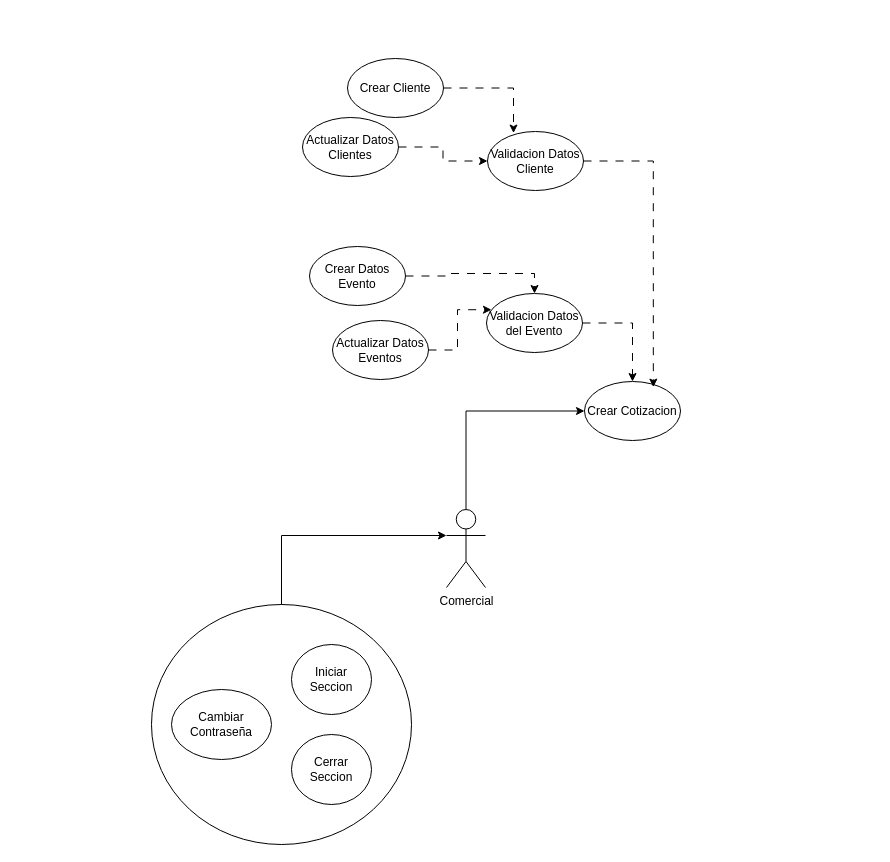
Above: UML Casos de Uso Armadillo APP.drawio in Armadillo-Land/Armadillo_APP (draw.io), before the change. Source tidied: cells renumbered, new cells numbered last; positions are measured from the earlier drawing's top-left corner, leaving out a move shared by most shapes. Both pictures are drawn from the tidied source at 100%, with x=0, y=0 at pixel (151, 58).
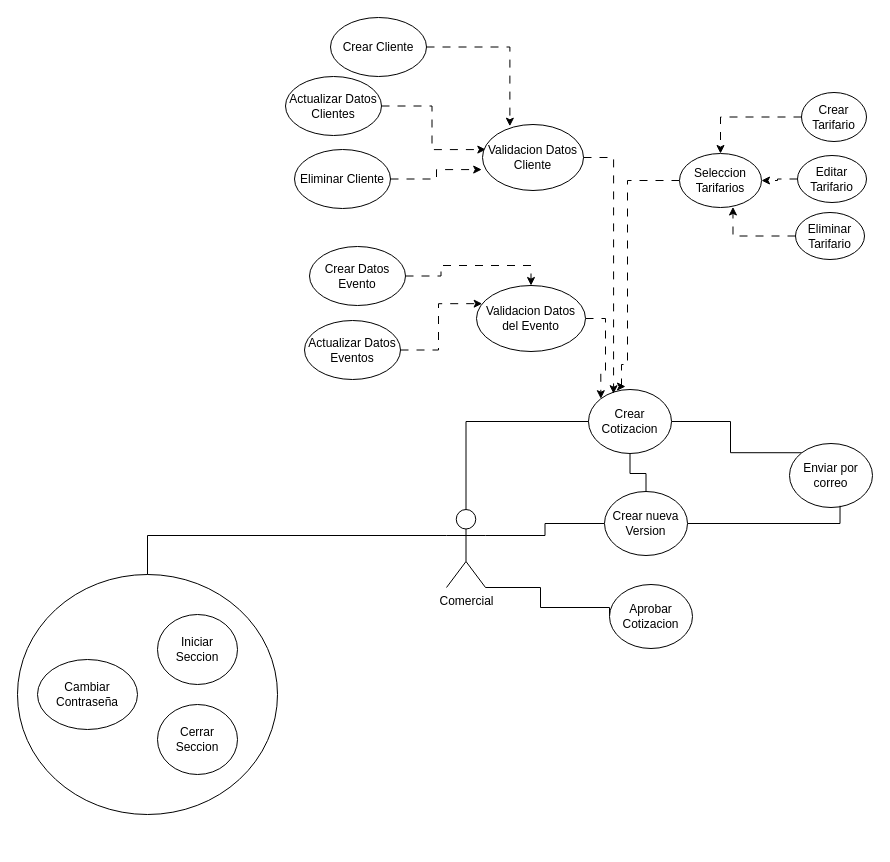
The same diagram, later.

The change refers to these unchanged cells:
```xml
<mxCell id="4" value="Comercial" style="shape=umlActor;verticalLabelPosition=bottom;verticalAlign=top;html=1;" parent="1" vertex="1">
  <mxGeometry x="295" y="451" width="39" height="78" as="geometry" />
</mxCell>
```

Diff of the diagram source:
```diff
@@
+    <mxCell id="22" style="edgeStyle=orthogonalEdgeStyle;rounded=0;jettySize=auto;html=1;endArrow=none;endFill=0;" parent="1" edge="1" source="2" target="38">
+      <mxGeometry relative="1" as="geometry" />
+    </mxCell>
+    <mxCell id="23" style="edgeStyle=orthogonalEdgeStyle;rounded=0;jettySize=auto;html=1;entryX=0;entryY=0;entryDx=0;entryDy=0;endArrow=none;endFill=0;" parent="1" edge="1" source="2" target="36">
+      <mxGeometry relative="1" as="geometry" />
+    </mxCell>
     <mxCell id="2" value="Crear Cotizacion" style="ellipse;whiteSpace=wrap;html=1;" parent="1" vertex="1">
-      <mxGeometry x="433" y="323" width="96" height="59" as="geometry" />
+      <mxGeometry x="437" y="331" width="83" height="64" as="geometry" />
     </mxCell>
-    <mxCell id="3" style="edgeStyle=orthogonalEdgeStyle;rounded=0;jettySize=auto;html=1;entryX=0;entryY=0.5;entryDx=0;entryDy=0;exitX=0.5;exitY=0;exitDx=0;exitDy=0;exitPerimeter=0;" parent="1" edge="1" source="4" target="2">
+    <mxCell id="3" style="edgeStyle=orthogonalEdgeStyle;rounded=0;jettySize=auto;html=1;entryX=0;entryY=0.5;entryDx=0;entryDy=0;exitX=0.5;exitY=0;exitDx=0;exitDy=0;exitPerimeter=0;endArrow=none;endFill=0;" parent="1" edge="1" source="4" target="2">
       <mxGeometry relative="1" as="geometry" />
     </mxCell>
+    <mxCell id="24" style="edgeStyle=orthogonalEdgeStyle;rounded=0;jettySize=auto;html=1;exitX=1;exitY=0.3333333333333333;exitDx=0;exitDy=0;exitPerimeter=0;endArrow=none;endFill=0;" parent="1" edge="1" source="4" target="38">
+      <mxGeometry relative="1" as="geometry" />
+    </mxCell>
+    <mxCell id="25" style="edgeStyle=orthogonalEdgeStyle;rounded=0;jettySize=auto;html=1;entryX=0;entryY=0.5;entryDx=0;entryDy=0;endArrow=none;endFill=0;exitX=1;exitY=1;exitDx=0;exitDy=0;exitPerimeter=0;" parent="1" edge="1" source="4" target="39">
+      <mxGeometry relative="1" as="geometry">
+        <Array as="points">
+          <mxPoint x="389" y="529" />
+          <mxPoint x="389" y="549" />
+        </Array>
+      </mxGeometry>
+    </mxCell>
@@
     <mxCell id="5" value="Crear Cliente" style="ellipse;whiteSpace=wrap;html=1;" parent="1" vertex="1">
-      <mxGeometry x="196" width="96" height="59" as="geometry" />
+      <mxGeometry x="179" y="-41" width="96" height="59" as="geometry" />
     </mxCell>
-    <mxCell id="6" style="edgeStyle=orthogonalEdgeStyle;rounded=0;jettySize=auto;html=1;dashed=1;dashPattern=8 8;" parent="1" edge="1" source="7" target="8">
+    <mxCell id="6" style="edgeStyle=orthogonalEdgeStyle;rounded=0;jettySize=auto;html=1;dashed=1;dashPattern=8 8;entryX=0.033;entryY=0.38;entryDx=0;entryDy=0;entryPerimeter=0;" parent="1" edge="1" source="7" target="8">
       <mxGeometry relative="1" as="geometry" />
     </mxCell>
     <mxCell id="7" value="Actualizar Datos Clientes" style="ellipse;whiteSpace=wrap;html=1;" parent="1" vertex="1">
-      <mxGeometry x="151" y="59" width="96" height="59" as="geometry" />
+      <mxGeometry x="134" y="18" width="96" height="59" as="geometry" />
     </mxCell>
     <mxCell id="8" value="Validacion Datos Cliente" style="ellipse;whiteSpace=wrap;html=1;" parent="1" vertex="1">
-      <mxGeometry x="336" y="73" width="96" height="59" as="geometry" />
+      <mxGeometry x="331" y="66" width="101" height="66" as="geometry" />
     </mxCell>
@@
-    <mxCell id="10" style="edgeStyle=orthogonalEdgeStyle;rounded=0;jettySize=auto;html=1;entryX=0.5;entryY=0;entryDx=0;entryDy=0;dashed=1;dashPattern=8 8;" parent="1" edge="1" source="11" target="2">
+    <mxCell id="10" style="edgeStyle=orthogonalEdgeStyle;rounded=0;jettySize=auto;html=1;dashed=1;dashPattern=8 8;entryX=0;entryY=0;entryDx=0;entryDy=0;" parent="1" edge="1" source="11" target="2">
       <mxGeometry relative="1" as="geometry" />
     </mxCell>
     <mxCell id="11" value="Validacion Datos del Evento" style="ellipse;whiteSpace=wrap;html=1;" parent="1" vertex="1">
-      <mxGeometry x="335" y="235" width="96" height="59" as="geometry" />
+      <mxGeometry x="325" y="227" width="109" height="66" as="geometry" />
     </mxCell>
@@
     <mxCell id="14" value="Actualizar Datos Eventos" style="ellipse;whiteSpace=wrap;html=1;" parent="1" vertex="1">
-      <mxGeometry x="181" y="262" width="96" height="59" as="geometry" />
+      <mxGeometry x="153" y="262" width="96" height="59" as="geometry" />
     </mxCell>
@@
-    <mxCell id="16" style="edgeStyle=orthogonalEdgeStyle;rounded=0;jettySize=auto;html=1;entryX=0.717;entryY=0.095;entryDx=0;entryDy=0;entryPerimeter=0;dashed=1;dashPattern=8 8;" parent="1" edge="1" source="8" target="2">
+    <mxCell id="16" style="edgeStyle=orthogonalEdgeStyle;rounded=0;jettySize=auto;html=1;dashed=1;dashPattern=8 8;entryX=0.302;entryY=0.066;entryDx=0;entryDy=0;entryPerimeter=0;" parent="1" edge="1" source="8" target="2">
       <mxGeometry relative="1" as="geometry" />
     </mxCell>
     <mxCell id="17" style="ellipse;whiteSpace=wrap;html=1;fillColor=none;" parent="1" vertex="1">
-      <mxGeometry y="546" width="260" height="240" as="geometry" />
+      <mxGeometry x="-134" y="516" width="260" height="240" as="geometry" />
     </mxCell>
     <mxCell id="18" value="Cambiar Contraseña" style="ellipse;whiteSpace=wrap;html=1;" parent="1" vertex="1">
-      <mxGeometry x="20" y="631" width="100" height="70" as="geometry" />
+      <mxGeometry x="-114" y="601" width="100" height="70" as="geometry" />
     </mxCell>
     <mxCell id="19" value="Iniciar Seccion" style="ellipse;whiteSpace=wrap;html=1;" parent="1" vertex="1">
-      <mxGeometry x="140" y="586" width="80" height="70" as="geometry" />
+      <mxGeometry x="6" y="556" width="80" height="70" as="geometry" />
     </mxCell>
     <mxCell id="20" value="Cerrar Seccion" style="ellipse;whiteSpace=wrap;html=1;" parent="1" vertex="1">
-      <mxGeometry x="140" y="676" width="80" height="70" as="geometry" />
+      <mxGeometry x="6" y="646" width="80" height="70" as="geometry" />
     </mxCell>
-    <mxCell id="21" style="edgeStyle=orthogonalEdgeStyle;rounded=0;jettySize=auto;html=1;entryX=0;entryY=0.3333333333333333;entryDx=0;entryDy=0;entryPerimeter=0;exitX=0.5;exitY=0;exitDx=0;exitDy=0;" parent="1" edge="1" source="17" target="4">
+    <mxCell id="21" style="edgeStyle=orthogonalEdgeStyle;rounded=0;jettySize=auto;html=1;entryX=0;entryY=0.3333333333333333;entryDx=0;entryDy=0;entryPerimeter=0;exitX=0.5;exitY=0;exitDx=0;exitDy=0;endArrow=none;endFill=0;" parent="1" edge="1" source="17" target="4">
       <mxGeometry relative="1" as="geometry" />
     </mxCell>
+    <mxCell id="26" style="edgeStyle=orthogonalEdgeStyle;rounded=0;jettySize=auto;html=1;dashed=1;dashPattern=8 8;entryX=0.446;entryY=-0.047;entryDx=0;entryDy=0;entryPerimeter=0;" parent="1" edge="1" source="27" target="2">
+      <mxGeometry relative="1" as="geometry">
+        <Array as="points">
+          <mxPoint x="476" y="122" />
+          <mxPoint x="476" y="306" />
+          <mxPoint x="470" y="306" />
+        </Array>
+      </mxGeometry>
+    </mxCell>
+    <mxCell id="27" value="Seleccion Tarifarios" style="ellipse;whiteSpace=wrap;html=1;" parent="1" vertex="1">
+      <mxGeometry x="528" y="95" width="82" height="54" as="geometry" />
+    </mxCell>
+    <mxCell id="28" style="edgeStyle=orthogonalEdgeStyle;rounded=0;jettySize=auto;html=1;entryX=0.5;entryY=0;entryDx=0;entryDy=0;dashed=1;dashPattern=8 8;" parent="1" edge="1" source="29" target="27">
+      <mxGeometry relative="1" as="geometry" />
+    </mxCell>
+    <mxCell id="29" value="Crear Tarifario" style="ellipse;whiteSpace=wrap;html=1;" parent="1" vertex="1">
+      <mxGeometry x="650" y="34" width="65" height="49" as="geometry" />
+    </mxCell>
+    <mxCell id="30" style="edgeStyle=orthogonalEdgeStyle;rounded=0;jettySize=auto;html=1;entryX=1;entryY=0.5;entryDx=0;entryDy=0;dashed=1;dashPattern=8 8;" parent="1" edge="1" source="31" target="27">
+      <mxGeometry relative="1" as="geometry" />
+    </mxCell>
+    <mxCell id="31" value="Editar Tarifario" style="ellipse;whiteSpace=wrap;html=1;" parent="1" vertex="1">
+      <mxGeometry x="646" y="97" width="69" height="47" as="geometry" />
+    </mxCell>
+    <mxCell id="32" value="Eliminar Tarifario" style="ellipse;whiteSpace=wrap;html=1;" parent="1" vertex="1">
+      <mxGeometry x="644" y="154" width="69" height="47" as="geometry" />
+    </mxCell>
+    <mxCell id="33" style="edgeStyle=orthogonalEdgeStyle;rounded=0;jettySize=auto;html=1;entryX=0.652;entryY=0.99;entryDx=0;entryDy=0;entryPerimeter=0;dashed=1;dashPattern=8 8;" parent="1" edge="1" source="32" target="27">
+      <mxGeometry relative="1" as="geometry" />
+    </mxCell>
+    <mxCell id="34" value="Eliminar Cliente" style="ellipse;whiteSpace=wrap;html=1;" parent="1" vertex="1">
+      <mxGeometry x="143" y="91" width="96" height="59" as="geometry" />
+    </mxCell>
+    <mxCell id="35" style="edgeStyle=orthogonalEdgeStyle;rounded=0;jettySize=auto;html=1;entryX=-0.008;entryY=0.683;entryDx=0;entryDy=0;entryPerimeter=0;dashed=1;dashPattern=8 8;" parent="1" edge="1" source="34" target="8">
+      <mxGeometry relative="1" as="geometry" />
+    </mxCell>
+    <mxCell id="36" value="Enviar por correo" style="ellipse;whiteSpace=wrap;html=1;" parent="1" vertex="1">
+      <mxGeometry x="638" y="385" width="83" height="64" as="geometry" />
+    </mxCell>
+    <mxCell id="37" style="edgeStyle=orthogonalEdgeStyle;rounded=0;jettySize=auto;html=1;endArrow=none;endFill=0;entryX=0.609;entryY=0.973;entryDx=0;entryDy=0;entryPerimeter=0;" parent="1" edge="1" source="38" target="36">
+      <mxGeometry relative="1" as="geometry">
+        <Array as="points">
+          <mxPoint x="689" y="465" />
+        </Array>
+      </mxGeometry>
+    </mxCell>
+    <mxCell id="38" value="Crear nueva Version" style="ellipse;whiteSpace=wrap;html=1;" parent="1" vertex="1">
+      <mxGeometry x="453" y="433" width="83" height="64" as="geometry" />
+    </mxCell>
+    <mxCell id="39" value="Aprobar Cotizacion" style="ellipse;whiteSpace=wrap;html=1;" parent="1" vertex="1">
+      <mxGeometry x="458" y="526" width="83" height="64" as="geometry" />
+    </mxCell>
```
